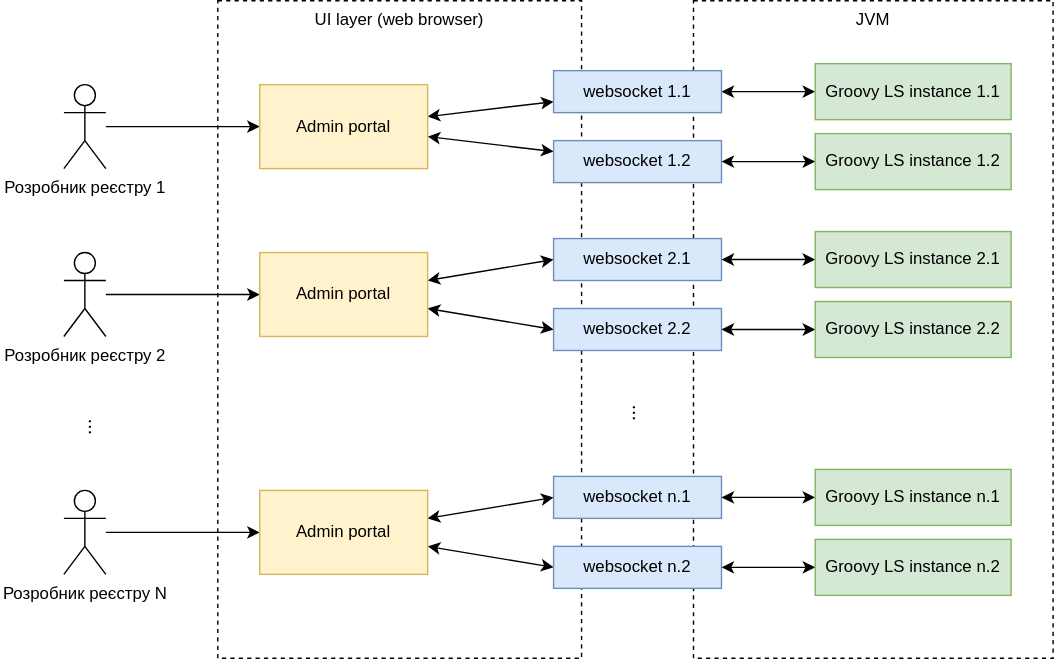
This is modules/tech/images/architecture-workspace/platform-evolution/bpmnio-groovy-editor/web-sockets-concurrency-diagram.svg from epam/edp-ddm-architecture, a draw.io export, as it was before one commit. Source tidied: cells renumbered, new cells last; positions are measured from the earlier drawing's top-left corner, leaving out a move shared by most shapes. The source it was exported from:
```xml
<mxGraphModel>
  <root>
    <mxCell id="0" />
    <mxCell id="1" parent="0" />
    <mxCell id="2" value="JVM" style="rounded=0;whiteSpace=wrap;html=1;verticalAlign=top;dashed=1;" parent="1" vertex="1">
      <mxGeometry x="465" width="257" height="470" as="geometry" />
    </mxCell>
    <mxCell id="3" value="UI layer (web browser)" style="rounded=0;whiteSpace=wrap;html=1;verticalAlign=top;dashed=1;" parent="1" vertex="1">
      <mxGeometry x="125" width="260" height="470" as="geometry" />
    </mxCell>
    <mxCell id="4" style="edgeStyle=orthogonalEdgeStyle;rounded=0;jettySize=auto;html=1;" parent="1" edge="1" source="5" target="12">
      <mxGeometry relative="1" as="geometry" />
    </mxCell>
    <mxCell id="5" value="Розробник реєстру 1" style="shape=umlActor;verticalLabelPosition=bottom;verticalAlign=top;html=1;outlineConnect=0;" parent="1" vertex="1">
      <mxGeometry x="15" y="60" width="30" height="60" as="geometry" />
    </mxCell>
    <mxCell id="6" style="edgeStyle=orthogonalEdgeStyle;rounded=0;jettySize=auto;html=1;entryX=0;entryY=0.5;entryDx=0;entryDy=0;" parent="1" edge="1" source="7" target="15">
      <mxGeometry relative="1" as="geometry" />
    </mxCell>
    <mxCell id="7" value="Розробник реєстру 2" style="shape=umlActor;verticalLabelPosition=bottom;verticalAlign=top;html=1;outlineConnect=0;" parent="1" vertex="1">
      <mxGeometry x="15" y="180" width="30" height="60" as="geometry" />
    </mxCell>
    <mxCell id="8" style="edgeStyle=orthogonalEdgeStyle;rounded=0;jettySize=auto;html=1;" parent="1" edge="1" source="9" target="18">
      <mxGeometry relative="1" as="geometry" />
    </mxCell>
    <mxCell id="9" value="Розробник реєстру N" style="shape=umlActor;verticalLabelPosition=bottom;verticalAlign=top;html=1;outlineConnect=0;" parent="1" vertex="1">
      <mxGeometry x="15" y="350" width="30" height="60" as="geometry" />
    </mxCell>
    <mxCell id="10" style="rounded=0;jettySize=auto;html=1;startArrow=classic;startFill=1;" parent="1" edge="1" source="12" target="20">
      <mxGeometry relative="1" as="geometry" />
    </mxCell>
    <mxCell id="11" style="rounded=0;jettySize=auto;html=1;startArrow=classic;startFill=1;" parent="1" edge="1" source="12" target="21">
      <mxGeometry relative="1" as="geometry" />
    </mxCell>
    <mxCell id="12" value="Admin portal" style="rounded=0;whiteSpace=wrap;html=1;fillColor=#fff2cc;strokeColor=#d6b656;" parent="1" vertex="1">
      <mxGeometry x="155" y="60" width="120" height="60" as="geometry" />
    </mxCell>
    <mxCell id="13" style="edgeStyle=none;rounded=0;jettySize=auto;html=1;entryX=0;entryY=0.5;entryDx=0;entryDy=0;startArrow=classic;startFill=1;" parent="1" edge="1" source="15" target="23">
      <mxGeometry relative="1" as="geometry" />
    </mxCell>
    <mxCell id="14" style="edgeStyle=none;rounded=0;jettySize=auto;html=1;entryX=0;entryY=0.5;entryDx=0;entryDy=0;startArrow=classic;startFill=1;" parent="1" edge="1" source="15" target="24">
      <mxGeometry relative="1" as="geometry" />
    </mxCell>
    <mxCell id="15" value="Admin portal" style="rounded=0;whiteSpace=wrap;html=1;fillColor=#fff2cc;strokeColor=#d6b656;" parent="1" vertex="1">
      <mxGeometry x="155" y="180" width="120" height="60" as="geometry" />
    </mxCell>
    <mxCell id="16" style="edgeStyle=none;rounded=0;jettySize=auto;html=1;entryX=0;entryY=0.5;entryDx=0;entryDy=0;startArrow=classic;startFill=1;" parent="1" edge="1" source="18" target="25">
      <mxGeometry relative="1" as="geometry" />
    </mxCell>
    <mxCell id="17" style="edgeStyle=none;rounded=0;jettySize=auto;html=1;entryX=0;entryY=0.5;entryDx=0;entryDy=0;startArrow=classic;startFill=1;" parent="1" edge="1" source="18" target="26">
      <mxGeometry relative="1" as="geometry" />
    </mxCell>
    <mxCell id="18" value="Admin portal" style="rounded=0;whiteSpace=wrap;html=1;fillColor=#fff2cc;strokeColor=#d6b656;" parent="1" vertex="1">
      <mxGeometry x="155" y="350" width="120" height="60" as="geometry" />
    </mxCell>
    <mxCell id="19" style="edgeStyle=none;rounded=0;jettySize=auto;html=1;entryX=0;entryY=0.5;entryDx=0;entryDy=0;exitX=1;exitY=0.5;exitDx=0;exitDy=0;startArrow=classic;startFill=1;" parent="1" edge="1" source="20" target="22">
      <mxGeometry relative="1" as="geometry" />
    </mxCell>
    <mxCell id="20" value="websocket 1.1" style="rounded=0;whiteSpace=wrap;html=1;fillColor=#dae8fc;strokeColor=#6c8ebf;" parent="1" vertex="1">
      <mxGeometry x="365" y="50" width="120" height="30" as="geometry" />
    </mxCell>
    <mxCell id="21" value="websocket 1.2" style="rounded=0;whiteSpace=wrap;html=1;fillColor=#dae8fc;strokeColor=#6c8ebf;" parent="1" vertex="1">
      <mxGeometry x="365" y="100" width="120" height="30" as="geometry" />
    </mxCell>
    <mxCell id="22" value="Groovy LS instance 1.1" style="rounded=0;whiteSpace=wrap;html=1;fillColor=#d5e8d4;strokeColor=#82b366;" parent="1" vertex="1">
      <mxGeometry x="552" y="45" width="140" height="40" as="geometry" />
    </mxCell>
    <mxCell id="23" value="websocket 2.1" style="rounded=0;whiteSpace=wrap;html=1;fillColor=#dae8fc;strokeColor=#6c8ebf;" parent="1" vertex="1">
      <mxGeometry x="365" y="170" width="120" height="30" as="geometry" />
    </mxCell>
    <mxCell id="24" value="websocket 2.2" style="rounded=0;whiteSpace=wrap;html=1;fillColor=#dae8fc;strokeColor=#6c8ebf;" parent="1" vertex="1">
      <mxGeometry x="365" y="220" width="120" height="30" as="geometry" />
    </mxCell>
    <mxCell id="25" value="websocket n.1" style="rounded=0;whiteSpace=wrap;html=1;fillColor=#dae8fc;strokeColor=#6c8ebf;" parent="1" vertex="1">
      <mxGeometry x="365" y="340" width="120" height="30" as="geometry" />
    </mxCell>
    <mxCell id="26" value="websocket n.2" style="rounded=0;whiteSpace=wrap;html=1;fillColor=#dae8fc;strokeColor=#6c8ebf;" parent="1" vertex="1">
      <mxGeometry x="365" y="390" width="120" height="30" as="geometry" />
    </mxCell>
    <mxCell id="27" value="..." style="text;html=1;strokeColor=none;fillColor=none;align=center;verticalAlign=middle;whiteSpace=wrap;rounded=0;dashed=1;horizontal=0;fontSize=14;" parent="1" vertex="1">
      <mxGeometry y="290" width="60" height="30" as="geometry" />
    </mxCell>
    <mxCell id="28" value="..." style="text;html=1;strokeColor=none;fillColor=none;align=center;verticalAlign=middle;whiteSpace=wrap;rounded=0;dashed=1;horizontal=0;fontSize=14;" parent="1" vertex="1">
      <mxGeometry x="389" y="280" width="60" height="30" as="geometry" />
    </mxCell>
    <mxCell id="29" style="edgeStyle=none;rounded=0;jettySize=auto;html=1;entryX=0;entryY=0.5;entryDx=0;entryDy=0;exitX=1;exitY=0.5;exitDx=0;exitDy=0;startArrow=classic;startFill=1;" parent="1" edge="1" source="23" target="30">
      <mxGeometry relative="1" as="geometry" />
    </mxCell>
    <mxCell id="30" value="Groovy LS instance 2.1" style="rounded=0;whiteSpace=wrap;html=1;fillColor=#d5e8d4;strokeColor=#82b366;" parent="1" vertex="1">
      <mxGeometry x="552" y="165" width="140" height="40" as="geometry" />
    </mxCell>
    <mxCell id="31" style="edgeStyle=none;rounded=0;jettySize=auto;html=1;entryX=0;entryY=0.5;entryDx=0;entryDy=0;exitX=1;exitY=0.5;exitDx=0;exitDy=0;startArrow=classic;startFill=1;" parent="1" edge="1" source="25" target="32">
      <mxGeometry relative="1" as="geometry" />
    </mxCell>
    <mxCell id="32" value="Groovy LS instance n.1" style="rounded=0;whiteSpace=wrap;html=1;fillColor=#d5e8d4;strokeColor=#82b366;" parent="1" vertex="1">
      <mxGeometry x="552" y="335" width="140" height="40" as="geometry" />
    </mxCell>
    <mxCell id="33" style="edgeStyle=none;rounded=0;jettySize=auto;html=1;entryX=0;entryY=0.5;entryDx=0;entryDy=0;exitX=1;exitY=0.5;exitDx=0;exitDy=0;startArrow=classic;startFill=1;" parent="1" edge="1" target="34">
      <mxGeometry relative="1" as="geometry">
        <mxPoint x="485" y="115" as="sourcePoint" />
      </mxGeometry>
    </mxCell>
    <mxCell id="34" value="Groovy LS instance 1.2" style="rounded=0;whiteSpace=wrap;html=1;fillColor=#d5e8d4;strokeColor=#82b366;" parent="1" vertex="1">
      <mxGeometry x="552" y="95" width="140" height="40" as="geometry" />
    </mxCell>
    <mxCell id="35" style="edgeStyle=none;rounded=0;jettySize=auto;html=1;entryX=0;entryY=0.5;entryDx=0;entryDy=0;exitX=1;exitY=0.5;exitDx=0;exitDy=0;startArrow=classic;startFill=1;" parent="1" edge="1" target="36">
      <mxGeometry relative="1" as="geometry">
        <mxPoint x="485" y="235" as="sourcePoint" />
      </mxGeometry>
    </mxCell>
    <mxCell id="36" value="Groovy LS instance 2.2" style="rounded=0;whiteSpace=wrap;html=1;fillColor=#d5e8d4;strokeColor=#82b366;" parent="1" vertex="1">
      <mxGeometry x="552" y="215" width="140" height="40" as="geometry" />
    </mxCell>
    <mxCell id="37" style="edgeStyle=none;rounded=0;jettySize=auto;html=1;entryX=0;entryY=0.5;entryDx=0;entryDy=0;exitX=1;exitY=0.5;exitDx=0;exitDy=0;startArrow=classic;startFill=1;" parent="1" edge="1" target="38">
      <mxGeometry relative="1" as="geometry">
        <mxPoint x="485" y="405" as="sourcePoint" />
      </mxGeometry>
    </mxCell>
    <mxCell id="38" value="Groovy LS instance n.2" style="rounded=0;whiteSpace=wrap;html=1;fillColor=#d5e8d4;strokeColor=#82b366;" parent="1" vertex="1">
      <mxGeometry x="552" y="385" width="140" height="40" as="geometry" />
    </mxCell>
  </root>
</mxGraphModel>
```
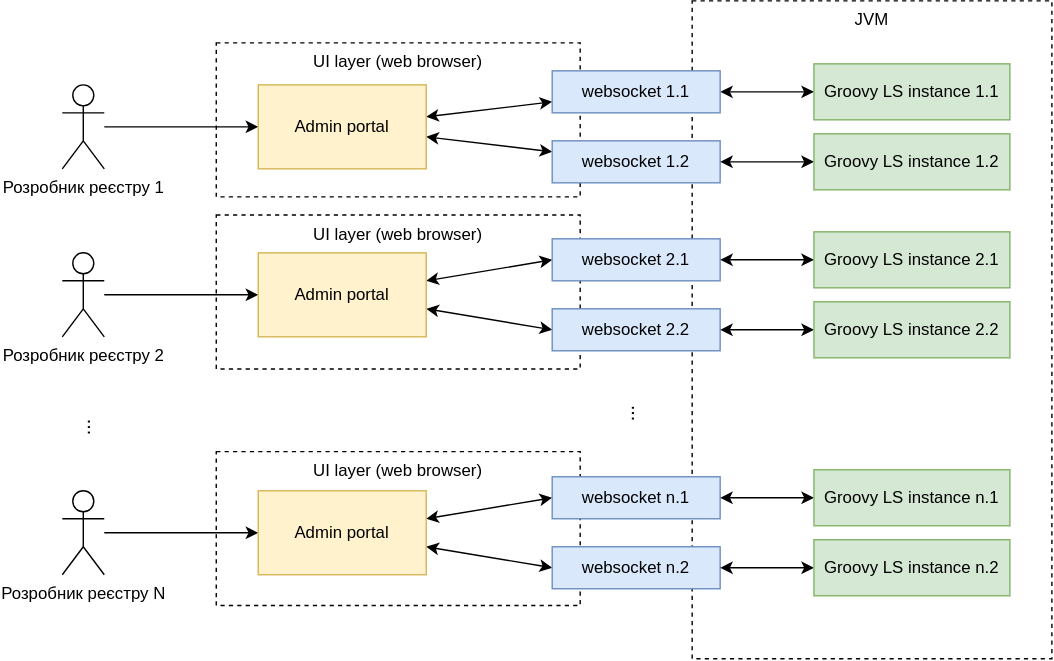
Later version of the same file.

Change to the diagram source:
```diff
@@ -2,11 +2,17 @@
   <root>
     <mxCell id="0" />
     <mxCell id="1" parent="0" />
+    <mxCell id="39" value="UI layer (web browser)" style="rounded=0;whiteSpace=wrap;html=1;verticalAlign=top;dashed=1;" parent="1" vertex="1">
+      <mxGeometry x="125" y="322" width="260" height="110" as="geometry" />
+    </mxCell>
+    <mxCell id="40" value="UI layer (web browser)" style="rounded=0;whiteSpace=wrap;html=1;verticalAlign=top;dashed=1;" parent="1" vertex="1">
+      <mxGeometry x="125" y="153" width="260" height="110" as="geometry" />
+    </mxCell>
     <mxCell id="2" value="JVM" style="rounded=0;whiteSpace=wrap;html=1;verticalAlign=top;dashed=1;" parent="1" vertex="1">
       <mxGeometry x="465" width="257" height="470" as="geometry" />
     </mxCell>
     <mxCell id="3" value="UI layer (web browser)" style="rounded=0;whiteSpace=wrap;html=1;verticalAlign=top;dashed=1;" parent="1" vertex="1">
-      <mxGeometry x="125" width="260" height="470" as="geometry" />
+      <mxGeometry x="125" y="30" width="260" height="110" as="geometry" />
     </mxCell>
     <mxCell id="4" style="edgeStyle=orthogonalEdgeStyle;rounded=0;jettySize=auto;html=1;" parent="1" edge="1" source="5" target="12">
       <mxGeometry relative="1" as="geometry" />
```
